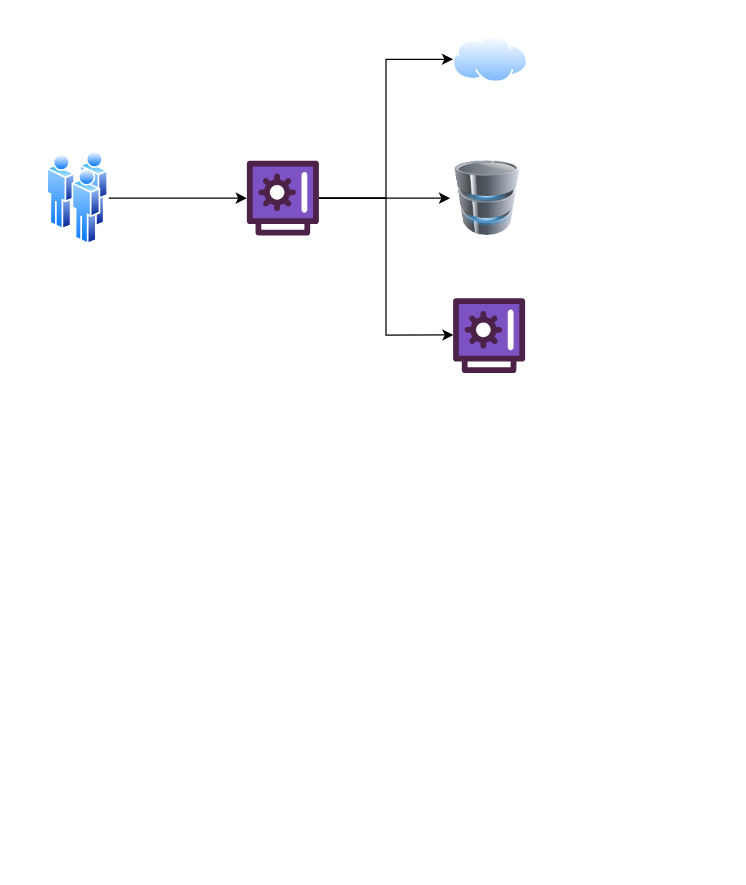
gtrofimov/draw-io-projects keeps this draw.io diagram as sv-environments.drawio. Above is the earlier version. Source tidied: cells renumbered, new cells numbered last; positions are measured from the earlier drawing's top-left corner, leaving out a move shared by most shapes. Both pictures are drawn from the tidied source at 125%, with x=0, y=0 at pixel (46, 35). Pictures stored in the file or linked from it are replaced by grey dashed boxes.
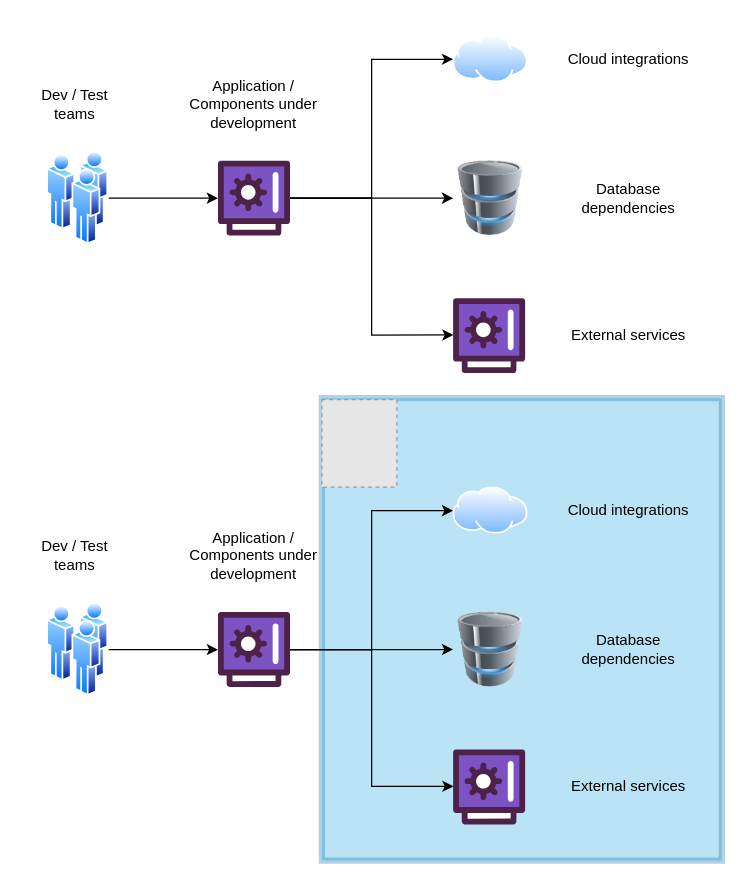
After the change.

Diff of the diagram source:
```diff
@@
+    <mxCell id="11" style="rounded=0;whiteSpace=wrap;html=1;fillColor=#1ba1e2;fontColor=#ffffff;strokeColor=light-dark(#006EAF,#003366);opacity=30;strokeWidth=5;perimeterSpacing=5;" parent="1" vertex="1">
+      <mxGeometry x="220" y="290" width="320" height="370" as="geometry" />
+    </mxCell>
@@
     <mxCell id="5" style="image;html=1;image=img/lib/clip_art/computers/Database_128x128.png;" parent="1" vertex="1">
-      <mxGeometry x="322.6" y="100" width="60" height="60" as="geometry" />
+      <mxGeometry x="325" y="100" width="60" height="60" as="geometry" />
     </mxCell>
@@
     <mxCell id="8" style="verticalLabelPosition=bottom;html=1;shape=mxgraph.salesforce.financial_services;fillColorStyles=fillColor2,fillColor3,fillColor4;fillColor2=light-dark(#4C2248,#66CC00);fillColor3=light-dark(#7D52C2,#B3FF66);fillColor4=#ffffff;fillColor=#60a917;strokeColor=#2D7600;fontColor=#ffffff;" parent="1" vertex="1">
-      <mxGeometry x="160" y="100" width="57.6" height="60" as="geometry" />
+      <mxGeometry x="136.9" y="100" width="57.6" height="60" as="geometry" />
     </mxCell>
@@
+    <mxCell id="12" value="Dev / Test teams" style="text;html=1;align=center;verticalAlign=middle;whiteSpace=wrap;rounded=0;" parent="1" vertex="1">
+      <mxGeometry x="-20" y="40" width="85.2" height="30" as="geometry" />
+    </mxCell>
+    <mxCell id="13" value="Application / Components under development" style="text;html=1;align=center;verticalAlign=middle;whiteSpace=wrap;rounded=0;" parent="1" vertex="1">
+      <mxGeometry x="100" y="25" width="131.4" height="60" as="geometry" />
+    </mxCell>
+    <mxCell id="14" value="Cloud integrations" style="text;html=1;align=center;verticalAlign=middle;whiteSpace=wrap;rounded=0;" parent="1" vertex="1">
+      <mxGeometry x="400" y="-11.1" width="131.4" height="60" as="geometry" />
+    </mxCell>
+    <mxCell id="15" value="Database dependencies" style="text;html=1;align=center;verticalAlign=middle;whiteSpace=wrap;rounded=0;" parent="1" vertex="1">
+      <mxGeometry x="400" y="100" width="131.4" height="60" as="geometry" />
+    </mxCell>
+    <mxCell id="16" value="External services" style="text;html=1;align=center;verticalAlign=middle;whiteSpace=wrap;rounded=0;" parent="1" vertex="1">
+      <mxGeometry x="400" y="210" width="131.4" height="60" as="geometry" />
+    </mxCell>
+    <mxCell id="17" style="edgeStyle=orthogonalEdgeStyle;rounded=0;jettySize=auto;html=1;" parent="1" edge="1" source="18" target="23">
+      <mxGeometry relative="1" as="geometry" />
+    </mxCell>
+    <mxCell id="18" style="image;perimeter=ellipsePerimeter;html=1;align=center;shadow=0;dashed=0;spacingTop=3;image=img/lib/active_directory/users.svg;" parent="1" vertex="1">
+      <mxGeometry y="453.6" width="49.5" height="75" as="geometry" />
+    </mxCell>
+    <mxCell id="19" style="image;perimeter=ellipsePerimeter;html=1;align=center;shadow=0;dashed=0;spacingTop=3;image=img/lib/active_directory/internet_cloud.svg;" parent="1" vertex="1">
+      <mxGeometry x="325" y="361.1" width="60" height="37.8" as="geometry" />
+    </mxCell>
+    <mxCell id="20" style="image;html=1;image=img/lib/clip_art/computers/Database_128x128.png;" parent="1" vertex="1">
+      <mxGeometry x="325" y="461.1" width="60" height="60" as="geometry" />
+    </mxCell>
+    <mxCell id="21" style="edgeStyle=orthogonalEdgeStyle;rounded=0;jettySize=auto;html=1;" parent="1" edge="1" source="23" target="20">
+      <mxGeometry relative="1" as="geometry" />
+    </mxCell>
+    <mxCell id="22" style="edgeStyle=orthogonalEdgeStyle;rounded=0;jettySize=auto;html=1;entryX=0;entryY=0.5;entryDx=0;entryDy=0;" parent="1" edge="1" source="23" target="19">
+      <mxGeometry relative="1" as="geometry" />
+    </mxCell>
+    <mxCell id="23" style="verticalLabelPosition=bottom;html=1;shape=mxgraph.salesforce.financial_services;fillColorStyles=fillColor2,fillColor3,fillColor4;fillColor2=light-dark(#4C2248,#66CC00);fillColor3=light-dark(#7D52C2,#B3FF66);fillColor4=#ffffff;fillColor=#60a917;strokeColor=#2D7600;fontColor=#ffffff;" parent="1" vertex="1">
+      <mxGeometry x="136.9" y="461.1" width="57.6" height="60" as="geometry" />
+    </mxCell>
+    <mxCell id="24" style="verticalLabelPosition=bottom;html=1;shape=mxgraph.salesforce.financial_services;fillColorStyles=fillColor2,fillColor3,fillColor4;fillColor2=#4c2248;fillColor3=#7d52c2;fillColor4=#ffffff;fillColor=none;strokeColor=none;" parent="1" vertex="1">
+      <mxGeometry x="325" y="571.1" width="57.6" height="60" as="geometry" />
+    </mxCell>
+    <mxCell id="25" style="edgeStyle=orthogonalEdgeStyle;rounded=0;jettySize=auto;html=1;entryX=0.005;entryY=0.491;entryDx=0;entryDy=0;entryPerimeter=0;" parent="1" edge="1" source="23" target="24">
+      <mxGeometry relative="1" as="geometry" />
+    </mxCell>
+    <mxCell id="26" value="Dev / Test teams" style="text;html=1;align=center;verticalAlign=middle;whiteSpace=wrap;rounded=0;" parent="1" vertex="1">
+      <mxGeometry x="-20" y="401.1" width="85.2" height="30" as="geometry" />
+    </mxCell>
+    <mxCell id="27" value="Application / Components under development" style="text;html=1;align=center;verticalAlign=middle;whiteSpace=wrap;rounded=0;" parent="1" vertex="1">
+      <mxGeometry x="100" y="386.1" width="131.4" height="60" as="geometry" />
+    </mxCell>
+    <mxCell id="28" value="Cloud integrations" style="text;html=1;align=center;verticalAlign=middle;whiteSpace=wrap;rounded=0;" parent="1" vertex="1">
+      <mxGeometry x="400" y="350" width="131.4" height="60" as="geometry" />
+    </mxCell>
+    <mxCell id="29" value="Database dependencies" style="text;html=1;align=center;verticalAlign=middle;whiteSpace=wrap;rounded=0;" parent="1" vertex="1">
+      <mxGeometry x="400" y="461.1" width="131.4" height="60" as="geometry" />
+    </mxCell>
+    <mxCell id="30" value="External services" style="text;html=1;align=center;verticalAlign=middle;whiteSpace=wrap;rounded=0;" parent="1" vertex="1">
+      <mxGeometry x="400" y="571.1" width="131.4" height="60" as="geometry" />
+    </mxCell>
+    <mxCell id="31" style="fillColor=#E6E6E6;strokeColor=#999999;dashed=1;verticalLabelPosition=bottom;verticalAlign=top;" parent="1" vertex="1">
+      <mxGeometry x="220" y="291.1" width="60" height="70" as="geometry" />
+    </mxCell>
```
